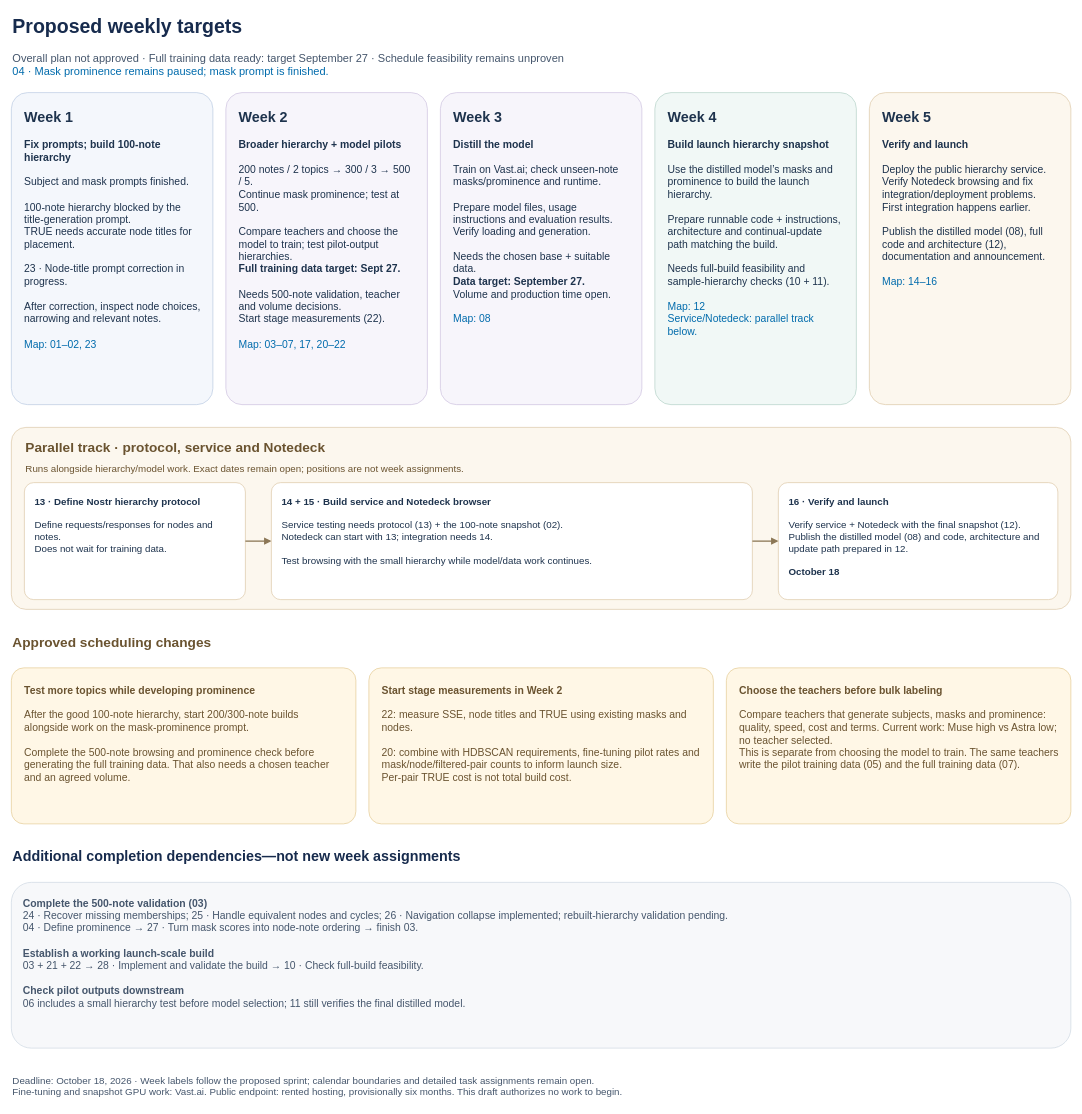
Above: page "2 — Proposed weekly targets" (2 of 2) of docs/planning/october-18-release.drawio in kernelkind/oracle-research (draw.io), before the change. Source tidied: cells renumbered, new cells numbered last; positions are measured from the earlier drawing's top-left corner, leaving out a move shared by most shapes. Both pictures are drawn from the tidied source at 65%, with x=0, y=0 at pixel (11, 11).
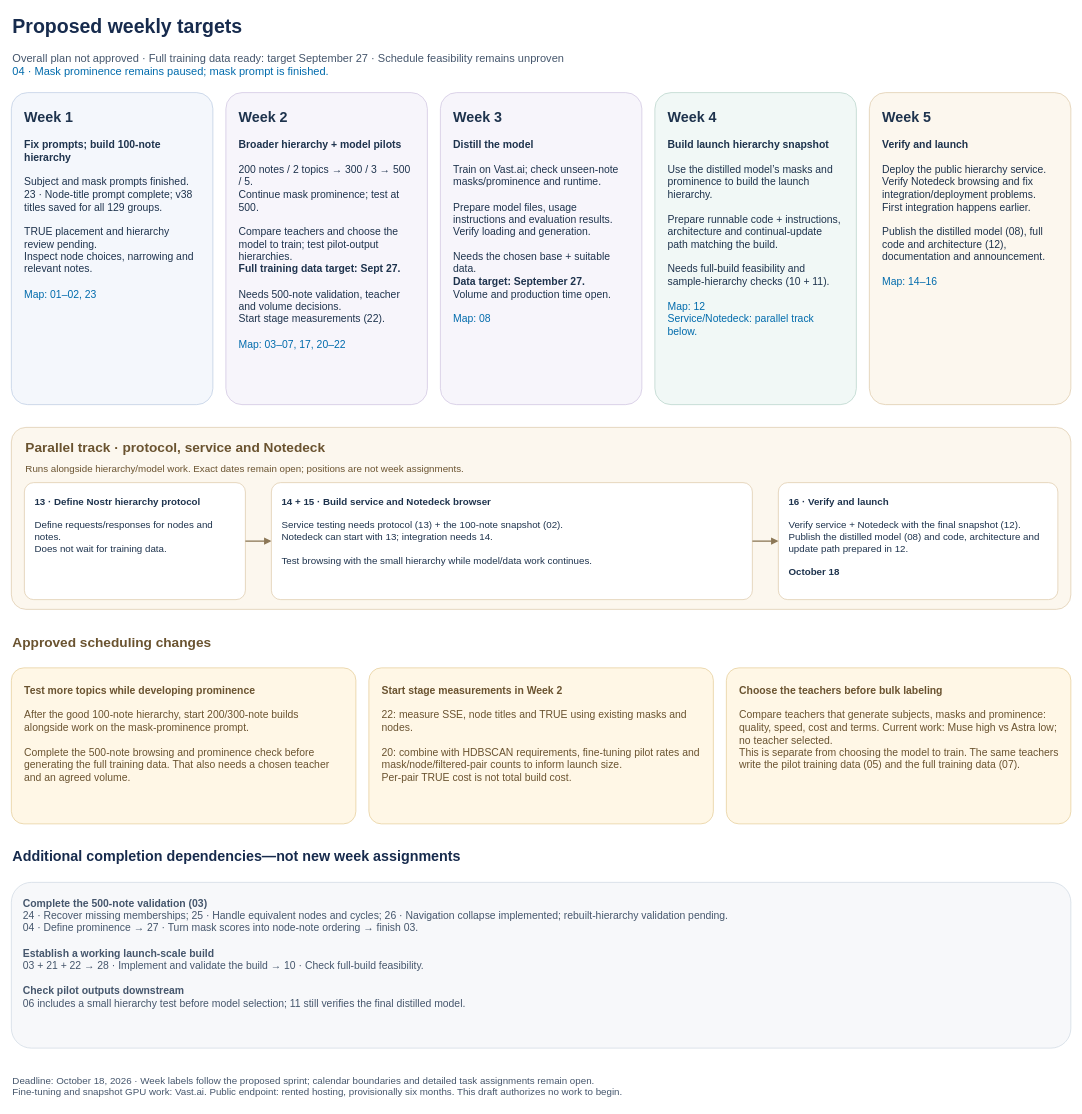
The same diagram, later.

Commit message (it also covers changes not shown here):
Update release map after completing the node-title pass

Diff of the diagram source:
```diff
@@
-    <mxCell id="4" value="&lt;font style=&quot;font-size:22px&quot;&gt;&lt;b&gt;Week 1&lt;/b&gt;&lt;/font&gt;&lt;br&gt;&lt;br&gt;&lt;b&gt;Fix prompts; build 100-note hierarchy&lt;/b&gt;&lt;br&gt;&lt;br&gt;Subject and mask prompts finished.&lt;br&gt;&lt;br&gt;100-note hierarchy blocked by the title-generation prompt.&lt;br&gt;TRUE needs accurate node titles for placement.&lt;br&gt;&lt;br&gt;23 · Node-title prompt correction in progress.&lt;br&gt;&lt;br&gt;After correction, inspect node choices, narrowing and relevant notes.&lt;br&gt;&lt;br&gt;&lt;font color=&quot;light-dark(#6b7788, #bac6d3)&quot;&gt;Map: 01–02, 23&lt;/font&gt;" style="rounded=1;arcSize=8;whiteSpace=wrap;html=1;fillColor=light-dark(#f4f7fc, #303c49);strokeColor=light-dark(#b7c8e0, #7c8da1);align=left;verticalAlign=top;spacing=20;fontSize=16;fontColor=light-dark(#1e334d, #e6edf3);" parent="1" vertex="1">
+    <mxCell id="4" value="&lt;font style=&quot;font-size:22px&quot;&gt;&lt;b&gt;Week 1&lt;/b&gt;&lt;/font&gt;&lt;br&gt;&lt;br&gt;&lt;b&gt;Fix prompts; build 100-note hierarchy&lt;/b&gt;&lt;br&gt;&lt;br&gt;Subject and mask prompts finished.&lt;br&gt;23 · Node-title prompt complete; v38 titles saved for all 129 groups.&lt;br&gt;&lt;br&gt;TRUE placement and hierarchy review pending.&lt;br&gt;Inspect node choices, narrowing and relevant notes.&lt;br&gt;&lt;br&gt;&lt;font color=&quot;light-dark(#6b7788, #bac6d3)&quot;&gt;Map: 01–02, 23&lt;/font&gt;" style="rounded=1;arcSize=8;whiteSpace=wrap;html=1;fillColor=light-dark(#f4f7fc, #303c49);strokeColor=light-dark(#b7c8e0, #7c8da1);align=left;verticalAlign=top;spacing=20;fontSize=16;fontColor=light-dark(#1e334d, #e6edf3);" parent="1" vertex="1">
       <mxGeometry y="125" width="310" height="480" as="geometry" />
     </mxCell>
```
